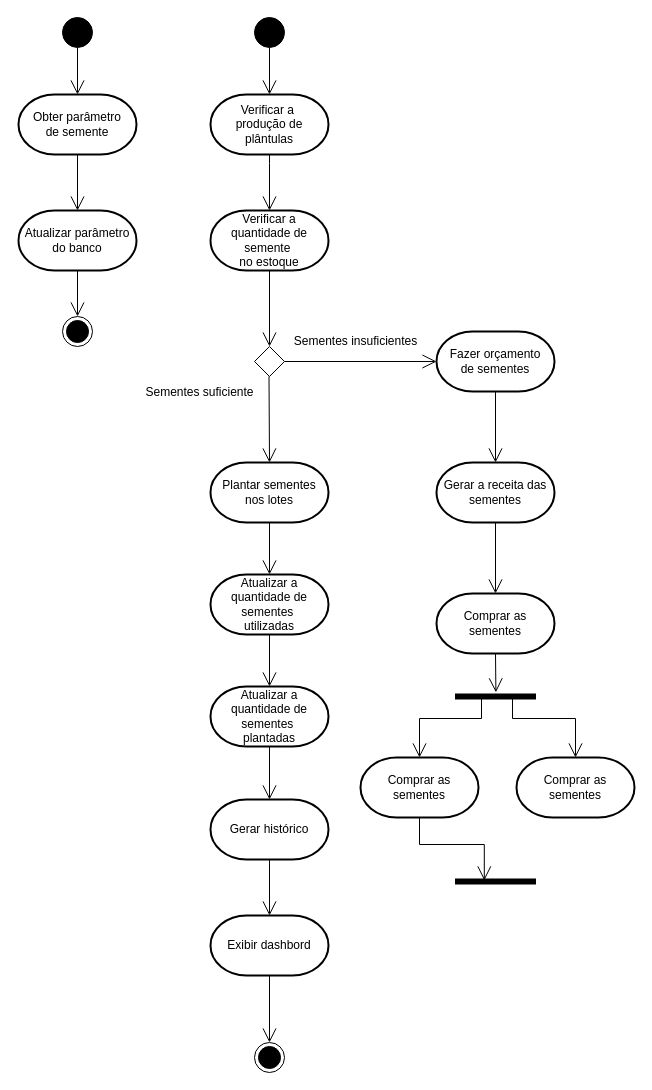
Above: page "Página-5" (5 of 5) of Tarefa1.drawio in ZardsMK/Trabahlo-DrawIO (draw.io), before the change. Source tidied: cells renumbered, new cells numbered last; positions are measured from the earlier drawing's top-left corner, leaving out a move shared by most shapes. Both pictures are drawn from the tidied source at 100%, with x=0, y=0 at pixel (18, 17).
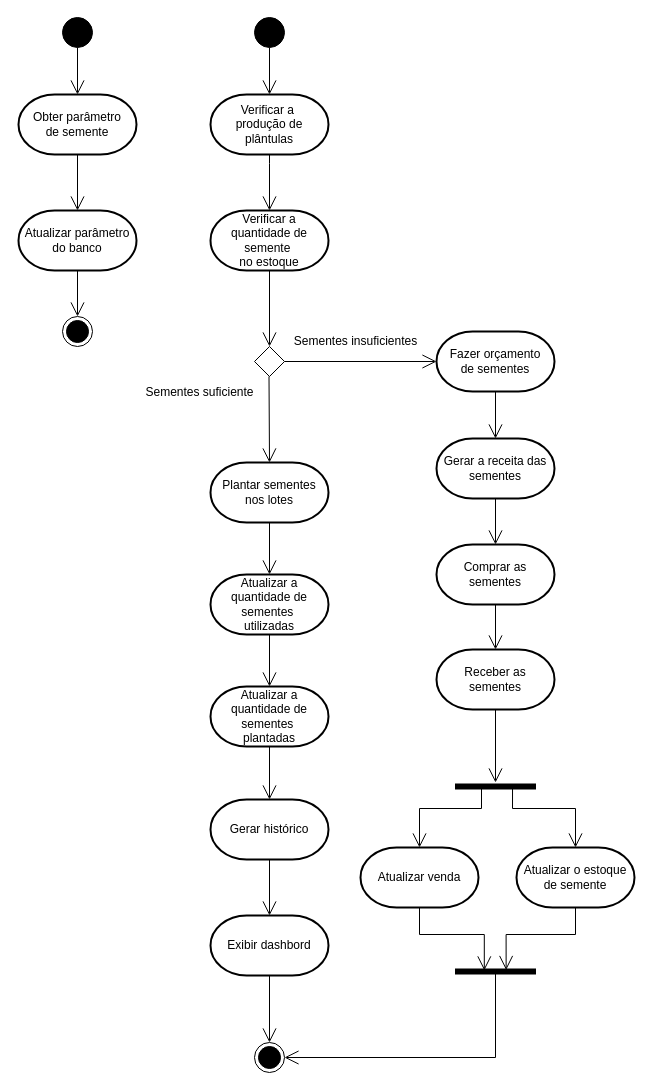
The same diagram, later.

The change refers to these unchanged cells:
```xml
<mxCell id="10" style="ellipse;html=1;shape=endState;fillColor=strokeColor;" parent="1" vertex="1">
  <mxGeometry x="236" y="1025" width="30" height="30" as="geometry" />
</mxCell>
```

Diff of the diagram source:
```diff
@@
     <mxCell id="32" value="Gerar a receita das sementes" style="strokeWidth=2;html=1;shape=mxgraph.flowchart.terminator;whiteSpace=wrap;" parent="1" vertex="1">
-      <mxGeometry x="418" y="445" width="118" height="60" as="geometry" />
+      <mxGeometry x="418" y="421" width="118" height="60" as="geometry" />
     </mxCell>
@@
     <mxCell id="35" value="Comprar as sementes" style="strokeWidth=2;html=1;shape=mxgraph.flowchart.terminator;whiteSpace=wrap;" parent="1" vertex="1">
-      <mxGeometry x="418" y="576" width="118" height="60" as="geometry" />
+      <mxGeometry x="418" y="527" width="118" height="60" as="geometry" />
     </mxCell>
     <mxCell id="36" style="html=1;points=[];perimeter=orthogonalPerimeter;fillColor=strokeColor;rotation=90;" parent="1" vertex="1">
-      <mxGeometry x="474.5" y="639" width="5" height="80" as="geometry" />
+      <mxGeometry x="474.5" y="729" width="5" height="80" as="geometry" />
     </mxCell>
+    <mxCell id="44" style="edgeStyle=orthogonalEdgeStyle;rounded=0;jettySize=auto;html=1;entryX=1;entryY=0.5;entryDx=0;entryDy=0;endArrow=open;endFill=0;endSize=12;" parent="1" edge="1" source="37" target="10">
+      <mxGeometry relative="1" as="geometry">
+        <Array as="points">
+          <mxPoint x="477" y="1040" />
+        </Array>
+      </mxGeometry>
+    </mxCell>
     <mxCell id="37" style="html=1;points=[];perimeter=orthogonalPerimeter;fillColor=strokeColor;rotation=90;" parent="1" vertex="1">
-      <mxGeometry x="474.5" y="824" width="5" height="80" as="geometry" />
+      <mxGeometry x="474.5" y="914" width="5" height="80" as="geometry" />
     </mxCell>
-    <mxCell id="38" value="Comprar as sementes" style="strokeWidth=2;html=1;shape=mxgraph.flowchart.terminator;whiteSpace=wrap;" parent="1" vertex="1">
-      <mxGeometry x="342" y="740" width="118" height="60" as="geometry" />
+    <mxCell id="38" value="Atualizar venda" style="strokeWidth=2;html=1;shape=mxgraph.flowchart.terminator;whiteSpace=wrap;" parent="1" vertex="1">
+      <mxGeometry x="342" y="830" width="118" height="60" as="geometry" />
     </mxCell>
-    <mxCell id="39" value="Comprar as sementes" style="strokeWidth=2;html=1;shape=mxgraph.flowchart.terminator;whiteSpace=wrap;" parent="1" vertex="1">
-      <mxGeometry x="498" y="740" width="118" height="60" as="geometry" />
+    <mxCell id="39" value="Atualizar o estoque de semente" style="strokeWidth=2;html=1;shape=mxgraph.flowchart.terminator;whiteSpace=wrap;" parent="1" vertex="1">
+      <mxGeometry x="498" y="830" width="118" height="60" as="geometry" />
     </mxCell>
-    <mxCell id="40" style="edgeStyle=orthogonalEdgeStyle;rounded=0;jettySize=auto;html=1;exitX=0.5;exitY=1;exitDx=0;exitDy=0;exitPerimeter=0;entryX=-0.327;entryY=0.495;entryDx=0;entryDy=0;entryPerimeter=0;endSize=12;endArrow=open;endFill=0;" parent="1" edge="1" source="35" target="36">
-      <mxGeometry relative="1" as="geometry" />
+    <mxCell id="40" style="edgeStyle=orthogonalEdgeStyle;rounded=0;jettySize=auto;html=1;exitX=0.5;exitY=1;exitDx=0;exitDy=0;exitPerimeter=0;endSize=12;endArrow=open;endFill=0;" parent="1" edge="1" source="46">
+      <mxGeometry relative="1" as="geometry">
+        <mxPoint x="477" y="765" as="targetPoint" />
+      </mxGeometry>
     </mxCell>
     <mxCell id="41" style="edgeStyle=orthogonalEdgeStyle;rounded=0;jettySize=auto;html=1;exitX=0.95;exitY=0.287;exitDx=0;exitDy=0;exitPerimeter=0;entryX=0.5;entryY=0;entryDx=0;entryDy=0;entryPerimeter=0;endSize=12;endArrow=open;endFill=0;" parent="1" edge="1" source="36" target="39">
       <mxGeometry relative="1" as="geometry">
         <Array as="points">
-          <mxPoint x="494" y="701" />
-          <mxPoint x="557" y="701" />
+          <mxPoint x="494" y="791" />
+          <mxPoint x="557" y="791" />
         </Array>
       </mxGeometry>
     </mxCell>
     <mxCell id="42" style="edgeStyle=orthogonalEdgeStyle;rounded=0;jettySize=auto;html=1;exitX=0.55;exitY=0.675;exitDx=0;exitDy=0;exitPerimeter=0;entryX=0.5;entryY=0;entryDx=0;entryDy=0;entryPerimeter=0;endSize=12;endArrow=open;endFill=0;" parent="1" edge="1" source="36" target="38">
       <mxGeometry relative="1" as="geometry">
         <Array as="points">
-          <mxPoint x="463" y="701" />
-          <mxPoint x="401" y="701" />
+          <mxPoint x="463" y="791" />
+          <mxPoint x="401" y="791" />
         </Array>
       </mxGeometry>
     </mxCell>
     <mxCell id="43" style="edgeStyle=orthogonalEdgeStyle;rounded=0;jettySize=auto;html=1;endSize=12;endArrow=open;endFill=0;exitX=0.5;exitY=1;exitDx=0;exitDy=0;exitPerimeter=0;entryX=0.288;entryY=0.64;entryDx=0;entryDy=0;entryPerimeter=0;" parent="1" edge="1" source="38" target="37">
       <mxGeometry relative="1" as="geometry">
         <Array as="points">
-          <mxPoint x="401" y="827" />
-          <mxPoint x="466" y="827" />
+          <mxPoint x="401" y="917" />
+          <mxPoint x="466" y="917" />
         </Array>
       </mxGeometry>
     </mxCell>
+    <mxCell id="45" style="edgeStyle=orthogonalEdgeStyle;rounded=0;jettySize=auto;html=1;entryX=0.2;entryY=0.367;entryDx=0;entryDy=0;entryPerimeter=0;endSize=12;endArrow=open;endFill=0;" parent="1" edge="1" source="39" target="37">
+      <mxGeometry relative="1" as="geometry">
+        <Array as="points">
+          <mxPoint x="557" y="917" />
+          <mxPoint x="488" y="917" />
+        </Array>
+      </mxGeometry>
+    </mxCell>
+    <mxCell id="46" value="Receber as sementes" style="strokeWidth=2;html=1;shape=mxgraph.flowchart.terminator;whiteSpace=wrap;" parent="1" vertex="1">
+      <mxGeometry x="418" y="632" width="118" height="60" as="geometry" />
+    </mxCell>
+    <mxCell id="47" style="edgeStyle=orthogonalEdgeStyle;rounded=0;jettySize=auto;html=1;exitX=0.5;exitY=1;exitDx=0;exitDy=0;exitPerimeter=0;entryX=0.5;entryY=0;entryDx=0;entryDy=0;entryPerimeter=0;endSize=12;endArrow=open;endFill=0;" parent="1" edge="1" source="35" target="46">
+      <mxGeometry relative="1" as="geometry" />
+    </mxCell>
```
